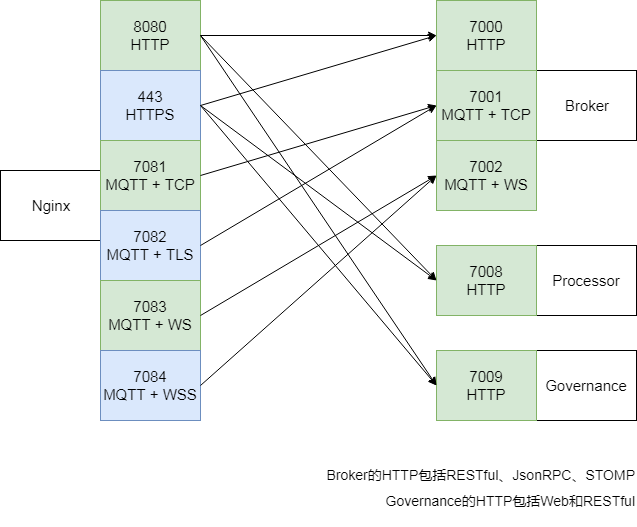
Before: docs/image/port.png, a diagram exported from draw.io (WeBankBlockchain/WeEvent-docs). Source tidied: cells renumbered, new cells last; positions are measured from the earlier drawing's top-left corner, leaving out a move shared by most shapes.
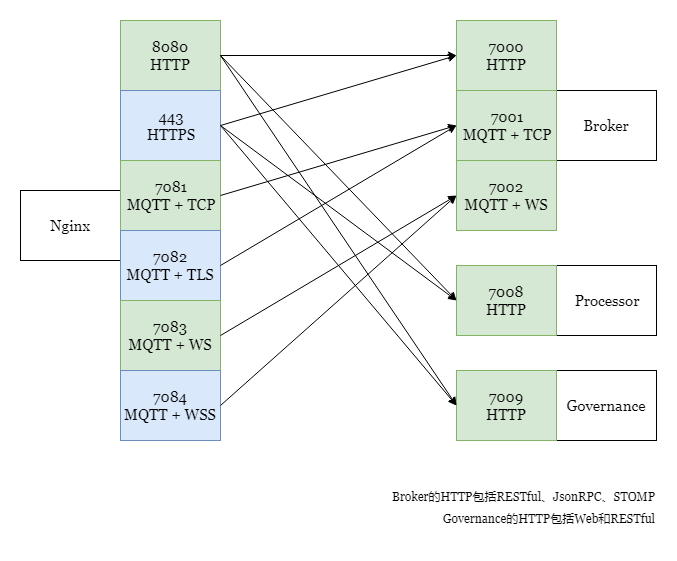
After the commit.

What changed in the source:
```diff
@@ -2,82 +2,82 @@
   <root>
     <mxCell id="0" />
     <mxCell id="1" parent="0" />
-    <mxCell id="2" value="Processor" style="rounded=0;whiteSpace=wrap;html=1;fontFamily=Helvetica;fontSize=15;spacingLeft=0;spacing=0;" parent="1" vertex="1">
+    <mxCell id="2" value="Processor" style="rounded=0;whiteSpace=wrap;html=1;fontFamily=Georgia;fontSize=15;spacingLeft=0;spacing=0;" parent="1" vertex="1">
       <mxGeometry x="536" y="245" width="100" height="70" as="geometry" />
     </mxCell>
-    <mxCell id="3" value="Nginx" style="rounded=0;whiteSpace=wrap;html=1;fontFamily=Helvetica;fontSize=15;spacingLeft=0;spacing=0;align=center;" parent="1" vertex="1">
+    <mxCell id="3" value="Nginx" style="rounded=0;whiteSpace=wrap;html=1;fontFamily=Georgia;fontSize=15;spacingLeft=0;spacing=0;align=center;" parent="1" vertex="1">
       <mxGeometry y="170" width="100" height="70" as="geometry" />
     </mxCell>
-    <mxCell id="4" value="8080&lt;br style=&quot;font-size: 15px;&quot;&gt;HTTP&lt;br style=&quot;font-size: 15px;&quot;&gt;" style="rounded=0;whiteSpace=wrap;html=1;fontFamily=Helvetica;fontSize=15;fillColor=#d5e8d4;strokeColor=#82b366;spacingLeft=0;spacing=0;" parent="1" vertex="1">
+    <mxCell id="4" value="8080&lt;br style=&quot;font-size: 15px;&quot;&gt;HTTP&lt;br style=&quot;font-size: 15px;&quot;&gt;" style="rounded=0;whiteSpace=wrap;html=1;fontFamily=Georgia;fontSize=15;fillColor=#d5e8d4;strokeColor=#82b366;spacingLeft=0;spacing=0;" parent="1" vertex="1">
       <mxGeometry x="100" width="100" height="70" as="geometry" />
     </mxCell>
-    <mxCell id="5" value="443&lt;br style=&quot;font-size: 15px;&quot;&gt;HTTPS&lt;br style=&quot;font-size: 15px;&quot;&gt;" style="rounded=0;whiteSpace=wrap;html=1;fontFamily=Helvetica;fontSize=15;fillColor=#dae8fc;strokeColor=#6c8ebf;spacingLeft=0;spacing=0;" parent="1" vertex="1">
+    <mxCell id="5" value="443&lt;br style=&quot;font-size: 15px;&quot;&gt;HTTPS&lt;br style=&quot;font-size: 15px;&quot;&gt;" style="rounded=0;whiteSpace=wrap;html=1;fontFamily=Georgia;fontSize=15;fillColor=#dae8fc;strokeColor=#6c8ebf;spacingLeft=0;spacing=0;" parent="1" vertex="1">
       <mxGeometry x="100" y="70" width="100" height="70" as="geometry" />
     </mxCell>
-    <mxCell id="6" value="7081&lt;br style=&quot;font-size: 15px&quot;&gt;MQTT + TCP" style="rounded=0;whiteSpace=wrap;html=1;fontFamily=Helvetica;fontSize=15;fillColor=#d5e8d4;strokeColor=#82b366;spacingLeft=0;spacing=0;" parent="1" vertex="1">
+    <mxCell id="6" value="7081&lt;br style=&quot;font-size: 15px&quot;&gt;MQTT + TCP" style="rounded=0;whiteSpace=wrap;html=1;fontFamily=Georgia;fontSize=15;fillColor=#d5e8d4;strokeColor=#82b366;spacingLeft=0;spacing=0;" parent="1" vertex="1">
       <mxGeometry x="100" y="140" width="100" height="70" as="geometry" />
     </mxCell>
-    <mxCell id="7" value="7082&lt;br style=&quot;font-size: 15px&quot;&gt;MQTT + TLS" style="rounded=0;whiteSpace=wrap;html=1;fontFamily=Helvetica;fontSize=15;fillColor=#dae8fc;strokeColor=#6c8ebf;spacingLeft=0;spacing=0;" parent="1" vertex="1">
+    <mxCell id="7" value="7082&lt;br style=&quot;font-size: 15px&quot;&gt;MQTT + TLS" style="rounded=0;whiteSpace=wrap;html=1;fontFamily=Georgia;fontSize=15;fillColor=#dae8fc;strokeColor=#6c8ebf;spacingLeft=0;spacing=0;" parent="1" vertex="1">
       <mxGeometry x="100" y="210" width="100" height="70" as="geometry" />
     </mxCell>
-    <mxCell id="8" value="7083&lt;br style=&quot;font-size: 15px&quot;&gt;MQTT + WS" style="rounded=0;whiteSpace=wrap;html=1;fontFamily=Helvetica;fontSize=15;fillColor=#d5e8d4;strokeColor=#82b366;spacingLeft=0;spacing=0;" parent="1" vertex="1">
+    <mxCell id="8" value="7083&lt;br style=&quot;font-size: 15px&quot;&gt;MQTT + WS" style="rounded=0;whiteSpace=wrap;html=1;fontFamily=Georgia;fontSize=15;fillColor=#d5e8d4;strokeColor=#82b366;spacingLeft=0;spacing=0;" parent="1" vertex="1">
       <mxGeometry x="100" y="280" width="100" height="70" as="geometry" />
     </mxCell>
-    <mxCell id="9" value="7084&lt;br style=&quot;font-size: 15px&quot;&gt;MQTT + WSS" style="rounded=0;whiteSpace=wrap;html=1;fontFamily=Helvetica;fontSize=15;fillColor=#dae8fc;strokeColor=#6c8ebf;spacingLeft=0;spacing=0;" parent="1" vertex="1">
+    <mxCell id="9" value="7084&lt;br style=&quot;font-size: 15px&quot;&gt;MQTT + WSS" style="rounded=0;whiteSpace=wrap;html=1;fontFamily=Georgia;fontSize=15;fillColor=#dae8fc;strokeColor=#6c8ebf;spacingLeft=0;spacing=0;" parent="1" vertex="1">
       <mxGeometry x="100" y="350" width="100" height="70" as="geometry" />
     </mxCell>
-    <mxCell id="10" value="Broker" style="rounded=0;whiteSpace=wrap;html=1;fontFamily=Helvetica;fontSize=15;spacingLeft=0;spacing=0;" parent="1" vertex="1">
+    <mxCell id="10" value="Broker" style="rounded=0;whiteSpace=wrap;html=1;fontFamily=Georgia;fontSize=15;spacingLeft=0;spacing=0;" parent="1" vertex="1">
       <mxGeometry x="536" y="70" width="100" height="70" as="geometry" />
     </mxCell>
-    <mxCell id="11" value="Governance" style="rounded=0;whiteSpace=wrap;html=1;fontFamily=Helvetica;fontSize=15;spacingLeft=0;spacing=0;" parent="1" vertex="1">
+    <mxCell id="11" value="Governance" style="rounded=0;whiteSpace=wrap;html=1;fontFamily=Georgia;fontSize=15;spacingLeft=0;spacing=0;" parent="1" vertex="1">
       <mxGeometry x="536" y="350" width="100" height="70" as="geometry" />
     </mxCell>
-    <mxCell id="12" value="7000&lt;br style=&quot;font-size: 15px&quot;&gt;HTTP" style="rounded=0;whiteSpace=wrap;html=1;fontFamily=Helvetica;fontSize=15;fillColor=#d5e8d4;strokeColor=#82b366;spacingLeft=0;spacing=0;" parent="1" vertex="1">
+    <mxCell id="12" value="7000&lt;br style=&quot;font-size: 15px&quot;&gt;HTTP" style="rounded=0;whiteSpace=wrap;html=1;fontFamily=Georgia;fontSize=15;fillColor=#d5e8d4;strokeColor=#82b366;spacingLeft=0;spacing=0;" parent="1" vertex="1">
       <mxGeometry x="436" width="100" height="70" as="geometry" />
     </mxCell>
-    <mxCell id="13" value="7001&lt;br style=&quot;font-size: 15px&quot;&gt;MQTT + TCP" style="rounded=0;whiteSpace=wrap;html=1;fontFamily=Helvetica;fontSize=15;fillColor=#d5e8d4;strokeColor=#82b366;spacingLeft=0;spacing=0;" parent="1" vertex="1">
+    <mxCell id="13" value="7001&lt;br style=&quot;font-size: 15px&quot;&gt;MQTT + TCP" style="rounded=0;whiteSpace=wrap;html=1;fontFamily=Georgia;fontSize=15;fillColor=#d5e8d4;strokeColor=#82b366;spacingLeft=0;spacing=0;" parent="1" vertex="1">
       <mxGeometry x="436" y="70" width="100" height="70" as="geometry" />
     </mxCell>
-    <mxCell id="14" value="7002&lt;br style=&quot;font-size: 15px&quot;&gt;MQTT + WS" style="rounded=0;whiteSpace=wrap;html=1;fontFamily=Helvetica;fontSize=15;fillColor=#d5e8d4;strokeColor=#82b366;spacingLeft=0;spacing=0;" parent="1" vertex="1">
+    <mxCell id="14" value="7002&lt;br style=&quot;font-size: 15px&quot;&gt;MQTT + WS" style="rounded=0;whiteSpace=wrap;html=1;fontFamily=Georgia;fontSize=15;fillColor=#d5e8d4;strokeColor=#82b366;spacingLeft=0;spacing=0;" parent="1" vertex="1">
       <mxGeometry x="436" y="140" width="100" height="70" as="geometry" />
     </mxCell>
-    <mxCell id="15" value="7009&lt;br style=&quot;font-size: 15px&quot;&gt;HTTP" style="rounded=0;whiteSpace=wrap;html=1;fontFamily=Helvetica;fontSize=15;spacingLeft=0;spacing=0;fillColor=#d5e8d4;strokeColor=#82b366;" parent="1" vertex="1">
+    <mxCell id="15" value="7009&lt;br style=&quot;font-size: 15px&quot;&gt;HTTP" style="rounded=0;whiteSpace=wrap;html=1;fontFamily=Georgia;fontSize=15;spacingLeft=0;spacing=0;fillColor=#d5e8d4;strokeColor=#82b366;" parent="1" vertex="1">
       <mxGeometry x="436" y="350" width="100" height="70" as="geometry" />
     </mxCell>
-    <mxCell id="16" style="endArrow=classic;html=1;entryX=0;entryY=0.5;entryDx=0;entryDy=0;fontFamily=Helvetica;fontSize=13;spacingLeft=0;spacing=0;exitX=1;exitY=0.5;exitDx=0;exitDy=0;" parent="1" edge="1" source="4" target="12">
+    <mxCell id="16" style="endArrow=classic;html=1;entryX=0;entryY=0.5;entryDx=0;entryDy=0;fontFamily=Georgia;fontSize=13;spacingLeft=0;spacing=0;exitX=1;exitY=0.5;exitDx=0;exitDy=0;" parent="1" edge="1" source="4" target="12">
       <mxGeometry relative="1" as="geometry" />
     </mxCell>
-    <mxCell id="17" style="endArrow=classic;html=1;exitX=1;exitY=0.5;exitDx=0;exitDy=0;fontFamily=Helvetica;fontSize=13;spacingLeft=0;spacing=0;entryX=0;entryY=0.5;entryDx=0;entryDy=0;" parent="1" edge="1" source="4" target="15">
+    <mxCell id="17" style="endArrow=classic;html=1;exitX=1;exitY=0.5;exitDx=0;exitDy=0;fontFamily=Georgia;fontSize=13;spacingLeft=0;spacing=0;entryX=0;entryY=0.5;entryDx=0;entryDy=0;" parent="1" edge="1" source="4" target="15">
       <mxGeometry relative="1" as="geometry" />
     </mxCell>
-    <mxCell id="18" style="endArrow=classic;html=1;exitX=1;exitY=0.5;exitDx=0;exitDy=0;fontFamily=Helvetica;fontSize=13;spacingLeft=0;spacing=0;entryX=0;entryY=0.5;entryDx=0;entryDy=0;" parent="1" edge="1" source="5" target="15">
+    <mxCell id="18" style="endArrow=classic;html=1;exitX=1;exitY=0.5;exitDx=0;exitDy=0;fontFamily=Georgia;fontSize=13;spacingLeft=0;spacing=0;entryX=0;entryY=0.5;entryDx=0;entryDy=0;" parent="1" edge="1" source="5" target="15">
       <mxGeometry relative="1" as="geometry" />
     </mxCell>
-    <mxCell id="19" style="endArrow=classic;html=1;entryX=0;entryY=0.5;entryDx=0;entryDy=0;exitX=1;exitY=0.5;exitDx=0;exitDy=0;fontFamily=Helvetica;fontSize=13;spacingLeft=0;spacing=0;" parent="1" edge="1" source="5" target="12">
+    <mxCell id="19" style="endArrow=classic;html=1;entryX=0;entryY=0.5;entryDx=0;entryDy=0;exitX=1;exitY=0.5;exitDx=0;exitDy=0;fontFamily=Georgia;fontSize=13;spacingLeft=0;spacing=0;" parent="1" edge="1" source="5" target="12">
       <mxGeometry relative="1" as="geometry" />
     </mxCell>
-    <mxCell id="20" style="endArrow=classic;html=1;entryX=0;entryY=0.5;entryDx=0;entryDy=0;exitX=1;exitY=0.5;exitDx=0;exitDy=0;fontFamily=Helvetica;fontSize=13;spacingLeft=0;spacing=0;" parent="1" edge="1" source="6" target="13">
+    <mxCell id="20" style="endArrow=classic;html=1;entryX=0;entryY=0.5;entryDx=0;entryDy=0;exitX=1;exitY=0.5;exitDx=0;exitDy=0;fontFamily=Georgia;fontSize=13;spacingLeft=0;spacing=0;" parent="1" edge="1" source="6" target="13">
       <mxGeometry relative="1" as="geometry" />
     </mxCell>
-    <mxCell id="21" style="endArrow=classic;html=1;entryX=0;entryY=0.5;entryDx=0;entryDy=0;exitX=1;exitY=0.5;exitDx=0;exitDy=0;fontFamily=Helvetica;fontSize=13;spacingLeft=0;spacing=0;" parent="1" edge="1" source="7" target="13">
+    <mxCell id="21" style="endArrow=classic;html=1;entryX=0;entryY=0.5;entryDx=0;entryDy=0;exitX=1;exitY=0.5;exitDx=0;exitDy=0;fontFamily=Georgia;fontSize=13;spacingLeft=0;spacing=0;" parent="1" edge="1" source="7" target="13">
       <mxGeometry relative="1" as="geometry" />
     </mxCell>
-    <mxCell id="22" style="endArrow=classic;html=1;entryX=0;entryY=0.5;entryDx=0;entryDy=0;exitX=1;exitY=0.5;exitDx=0;exitDy=0;fontFamily=Helvetica;fontSize=13;spacingLeft=0;spacing=0;" parent="1" edge="1" source="8" target="14">
+    <mxCell id="22" style="endArrow=classic;html=1;entryX=0;entryY=0.5;entryDx=0;entryDy=0;exitX=1;exitY=0.5;exitDx=0;exitDy=0;fontFamily=Georgia;fontSize=13;spacingLeft=0;spacing=0;" parent="1" edge="1" source="8" target="14">
       <mxGeometry relative="1" as="geometry" />
     </mxCell>
-    <mxCell id="23" style="endArrow=classic;html=1;entryX=0;entryY=0.5;entryDx=0;entryDy=0;exitX=1;exitY=0.5;exitDx=0;exitDy=0;fontFamily=Helvetica;fontSize=13;spacingLeft=0;spacing=0;" parent="1" edge="1" source="9" target="14">
+    <mxCell id="23" style="endArrow=classic;html=1;entryX=0;entryY=0.5;entryDx=0;entryDy=0;exitX=1;exitY=0.5;exitDx=0;exitDy=0;fontFamily=Georgia;fontSize=13;spacingLeft=0;spacing=0;" parent="1" edge="1" source="9" target="14">
       <mxGeometry relative="1" as="geometry" />
     </mxCell>
-    <mxCell id="24" value="&lt;p style=&quot;line-height: 190%; font-size: 14px;&quot;&gt;Broker的HTTP包括RESTful、JsonRPC、STOMP&lt;br style=&quot;font-size: 14px;&quot;&gt;Governance的HTTP包括Web和RESTful&lt;br style=&quot;font-size: 14px;&quot;&gt;&lt;/p&gt;" style="text;html=1;strokeColor=none;fillColor=none;align=right;verticalAlign=middle;whiteSpace=wrap;rounded=0;fontFamily=Helvetica;fontSize=14;" parent="1" vertex="1">
+    <mxCell id="24" value="&lt;p style=&quot;line-height: 190%; font-size: 12px;&quot;&gt;Broker的HTTP包括RESTful、JsonRPC、STOMP&lt;br style=&quot;font-size: 12px;&quot;&gt;Governance的HTTP包括Web和RESTful&lt;br style=&quot;font-size: 12px;&quot;&gt;&lt;/p&gt;" style="text;html=1;strokeColor=none;fillColor=none;align=right;verticalAlign=middle;whiteSpace=wrap;rounded=0;fontFamily=Georgia;fontSize=12;" parent="1" vertex="1">
       <mxGeometry x="296" y="454" width="340" height="66" as="geometry" />
     </mxCell>
-    <mxCell id="25" value="7008&lt;br style=&quot;font-size: 15px&quot;&gt;HTTP" style="rounded=0;whiteSpace=wrap;html=1;fontFamily=Helvetica;fontSize=15;spacingLeft=0;spacing=0;fillColor=#d5e8d4;strokeColor=#82b366;" parent="1" vertex="1">
+    <mxCell id="25" value="7008&lt;br style=&quot;font-size: 15px&quot;&gt;HTTP" style="rounded=0;whiteSpace=wrap;html=1;fontFamily=Georgia;fontSize=15;spacingLeft=0;spacing=0;fillColor=#d5e8d4;strokeColor=#82b366;" parent="1" vertex="1">
       <mxGeometry x="436" y="245" width="100" height="70" as="geometry" />
     </mxCell>
-    <mxCell id="26" style="endArrow=classic;html=1;exitX=1;exitY=0.5;exitDx=0;exitDy=0;fontFamily=Helvetica;fontSize=13;spacingLeft=0;spacing=0;entryX=0;entryY=0.5;entryDx=0;entryDy=0;" parent="1" edge="1" source="4" target="25">
+    <mxCell id="26" style="endArrow=classic;html=1;exitX=1;exitY=0.5;exitDx=0;exitDy=0;fontFamily=Georgia;fontSize=13;spacingLeft=0;spacing=0;entryX=0;entryY=0.5;entryDx=0;entryDy=0;" parent="1" edge="1" source="4" target="25">
       <mxGeometry relative="1" as="geometry" />
     </mxCell>
-    <mxCell id="27" style="endArrow=classic;html=1;fontFamily=Helvetica;fontSize=13;spacingLeft=0;spacing=0;entryX=0;entryY=0.5;entryDx=0;entryDy=0;exitX=1;exitY=0.5;exitDx=0;exitDy=0;" parent="1" edge="1" source="5" target="25">
+    <mxCell id="27" style="endArrow=classic;html=1;fontFamily=Georgia;fontSize=13;spacingLeft=0;spacing=0;entryX=0;entryY=0.5;entryDx=0;entryDy=0;exitX=1;exitY=0.5;exitDx=0;exitDy=0;" parent="1" edge="1" source="5" target="25">
       <mxGeometry relative="1" as="geometry" />
     </mxCell>
   </root>
```
